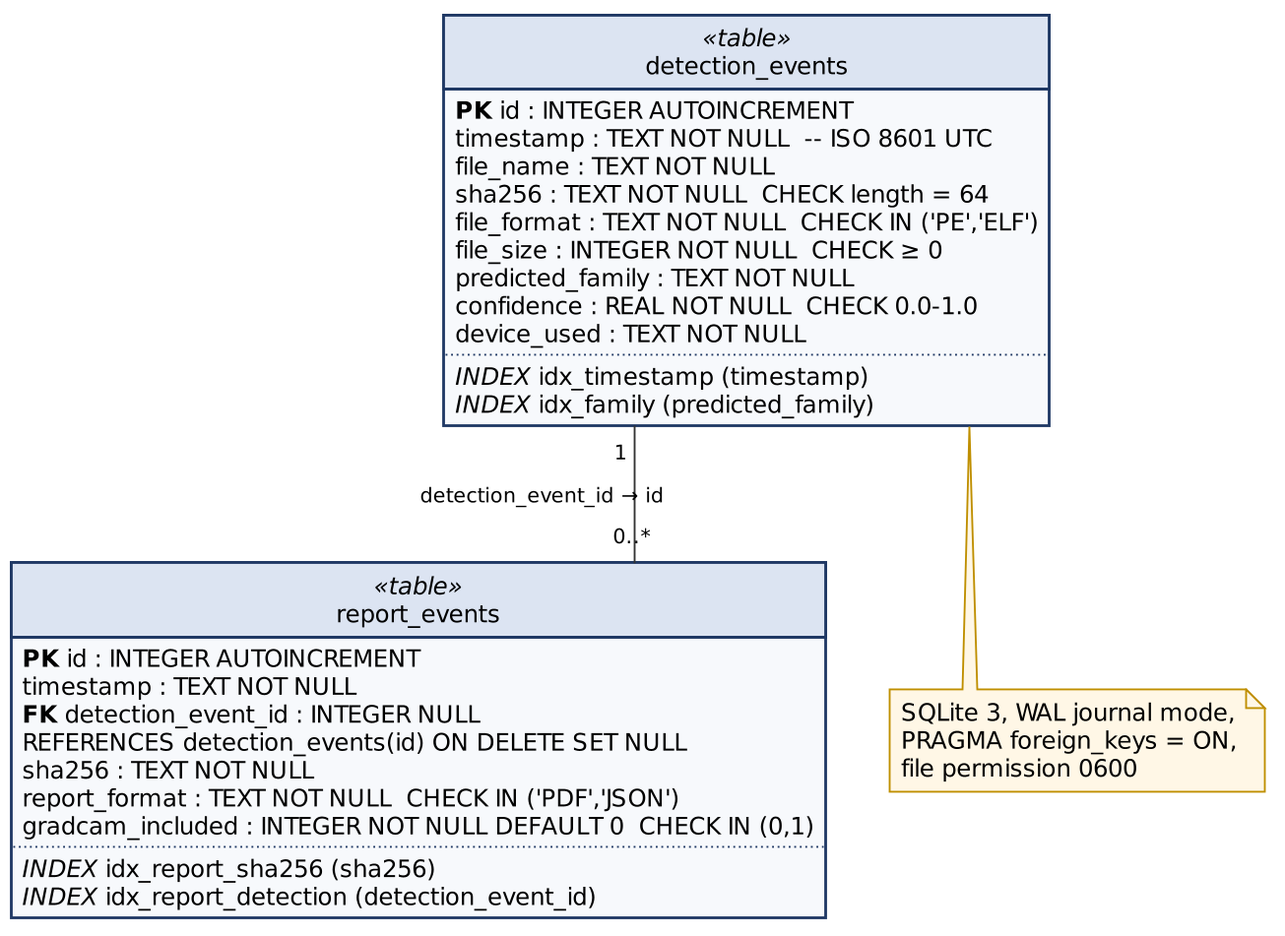
Earlier version of the PlantUML export docs/diagrams/schema.png (imanfatimadocx/MalTwin). Its source is kept beside it as docs/diagrams/schema.puml.
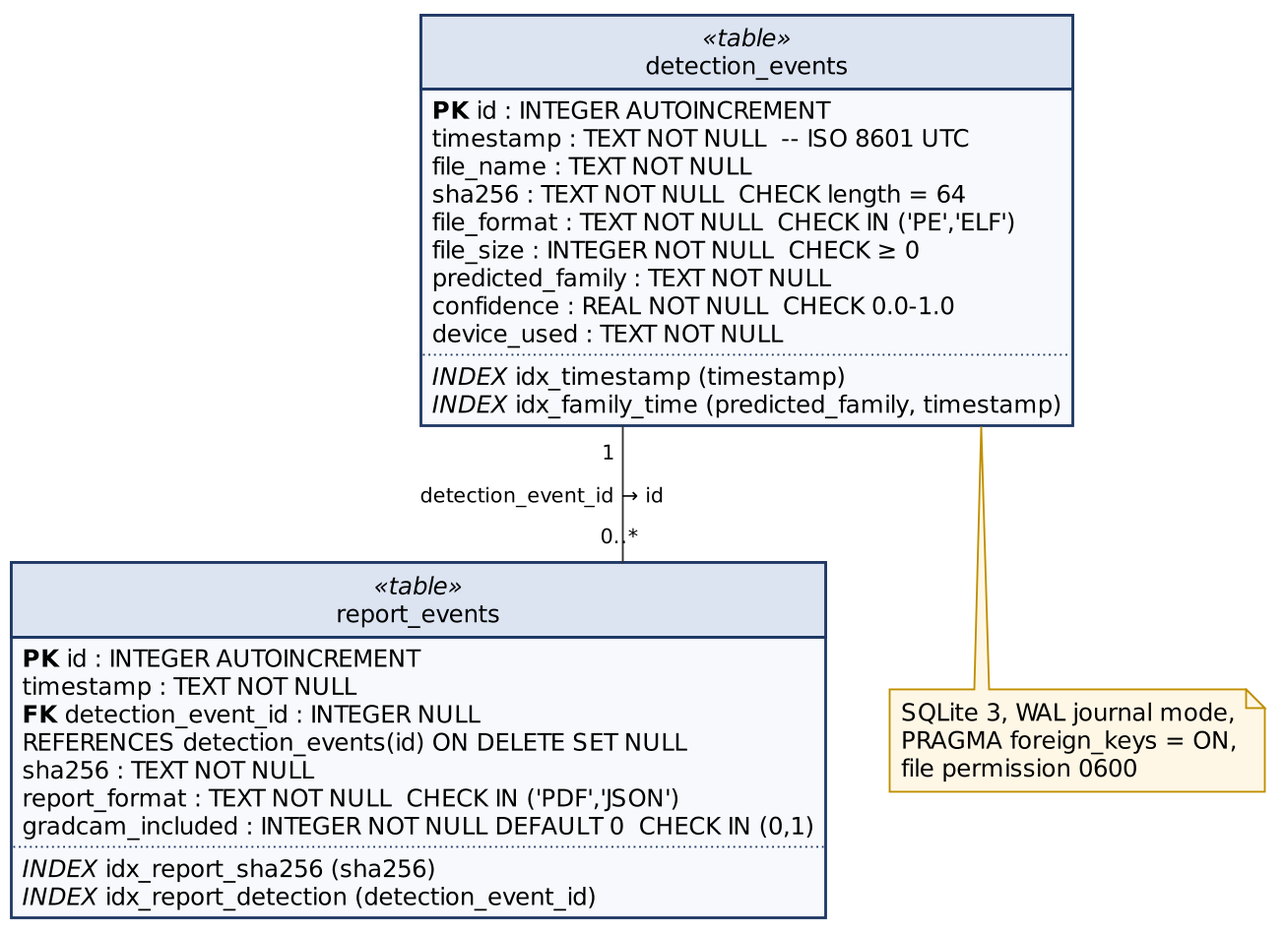
After the commit.

What changed in the source:
```diff
@@ -15,7 +15,7 @@
   device_used : TEXT NOT NULL
   ..
   <i>INDEX</i> idx_timestamp (timestamp)
-  <i>INDEX</i> idx_family (predicted_family)
+  <i>INDEX</i> idx_family_time (predicted_family, timestamp)
 }
 class "report_events" as RE <<table>> {
   <b>PK</b> id : INTEGER AUTOINCREMENT
```
